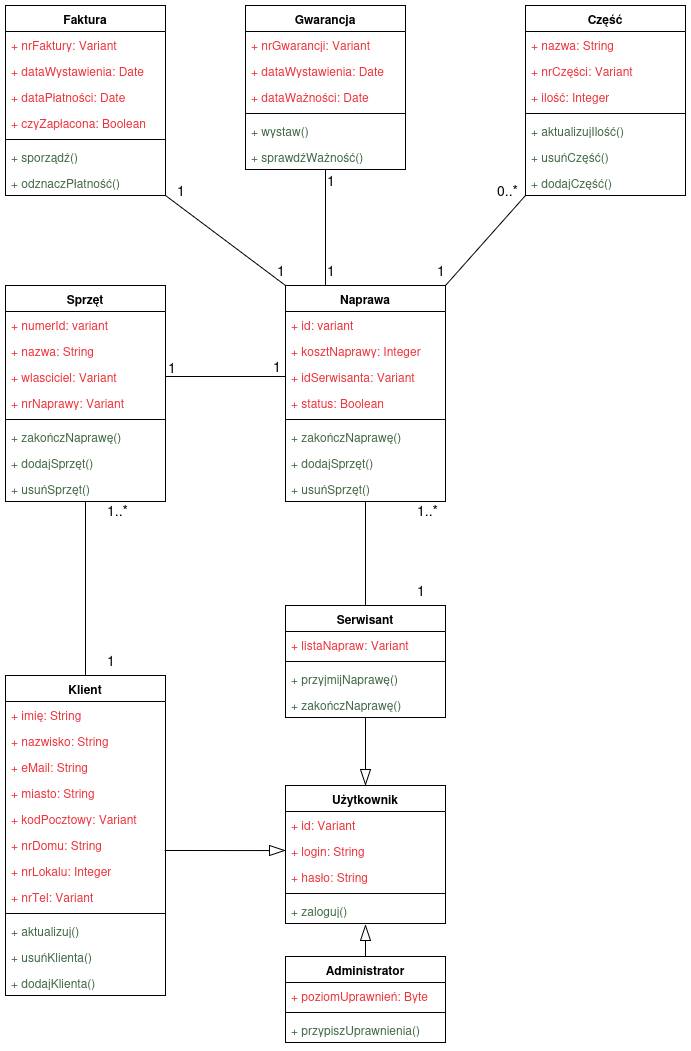
Above: diagramKlasImplementacyjny.png in krystianczajkowski/ProjektowanieSystemowInformatycznych (draw.io), before the change. Source tidied: cells renumbered, new cells last; positions are measured from the earlier drawing's top-left corner, leaving out a move shared by most shapes.
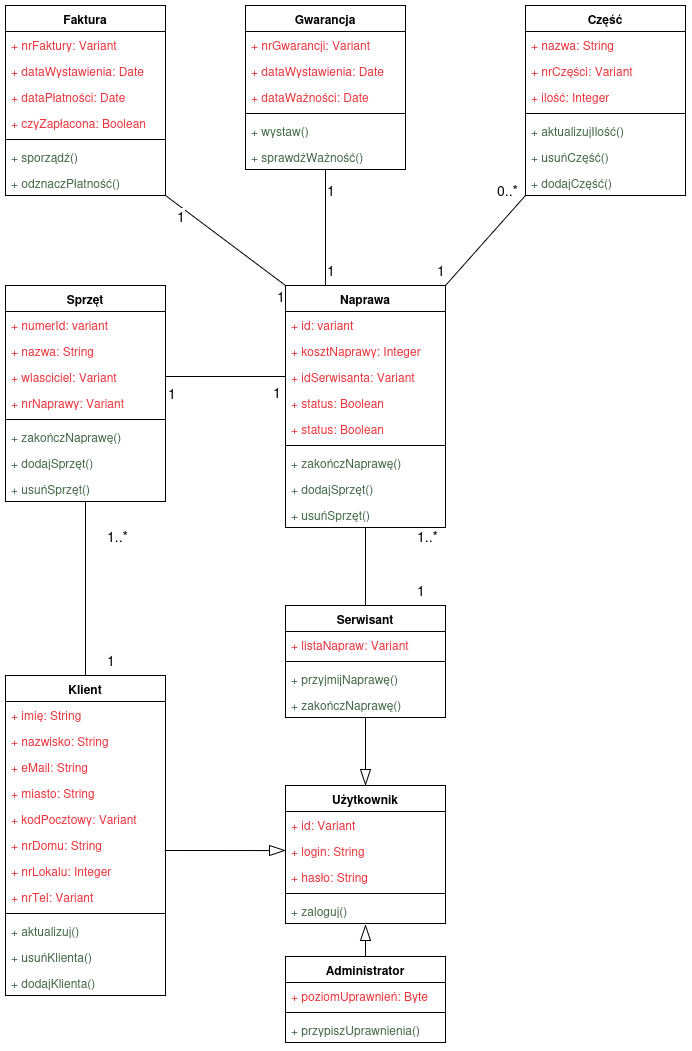
After the change.

Commit message:
aktualizacja diagramu klas implementacyjnego

Diff of the diagram source:
```diff
@@ -201,7 +201,7 @@
       <mxGeometry relative="1" as="geometry" />
     </mxCell>
     <mxCell id="68" value="Naprawa" style="swimlane;fontStyle=1;align=center;verticalAlign=top;horizontal=1;startSize=26;whiteSpace=wrap;html=1;" parent="1" vertex="1">
-      <mxGeometry x="280" y="280" width="160" height="216" as="geometry" />
+      <mxGeometry x="280" y="280" width="160" height="242" as="geometry" />
     </mxCell>
     <mxCell id="69" value="+ id: variant" style="text;strokeColor=none;fillColor=none;align=left;verticalAlign=top;spacingLeft=4;spacingRight=4;overflow=hidden;whiteSpace=wrap;html=1;fontColor=light-dark(#ed333b, #ededed);" parent="68" vertex="1">
       <mxGeometry y="26" width="160" height="26" as="geometry" />
@@ -220,17 +220,20 @@
     <mxCell id="73" value="+ status: Boolean" style="text;strokeColor=none;fillColor=none;align=left;verticalAlign=top;spacingLeft=4;spacingRight=4;overflow=hidden;whiteSpace=wrap;html=1;fontColor=light-dark(#ed333b, #ededed);" parent="68" vertex="1">
       <mxGeometry y="104" width="160" height="26" as="geometry" />
     </mxCell>
+    <mxCell id="93" value="+ status: Boolean" style="text;strokeColor=none;fillColor=none;align=left;verticalAlign=top;spacingLeft=4;spacingRight=4;overflow=hidden;whiteSpace=wrap;html=1;fontColor=light-dark(#ed333b, #ededed);" parent="68" vertex="1">
+      <mxGeometry y="130" width="160" height="26" as="geometry" />
+    </mxCell>
     <mxCell id="74" style="line;strokeWidth=1;fillColor=none;align=left;verticalAlign=middle;spacingTop=-1;spacingLeft=3;spacingRight=3;labelPosition=right;strokeColor=inherit;" parent="68" vertex="1">
-      <mxGeometry y="130" width="160" height="8" as="geometry" />
+      <mxGeometry y="156" width="160" height="8" as="geometry" />
     </mxCell>
     <mxCell id="75" value="+ zakończNaprawę()" style="text;strokeColor=none;fillColor=none;align=left;verticalAlign=top;spacingLeft=4;spacingRight=4;overflow=hidden;whiteSpace=wrap;html=1;fontColor=light-dark(#406844, #ededed);" parent="68" vertex="1">
-      <mxGeometry y="138" width="160" height="26" as="geometry" />
+      <mxGeometry y="164" width="160" height="26" as="geometry" />
     </mxCell>
     <mxCell id="76" value="+ dodajSprzęt()" style="text;strokeColor=none;fillColor=none;align=left;verticalAlign=top;spacingLeft=4;spacingRight=4;overflow=hidden;whiteSpace=wrap;html=1;fontColor=light-dark(#406844, #ededed);" parent="68" vertex="1">
-      <mxGeometry y="164" width="160" height="26" as="geometry" />
+      <mxGeometry y="190" width="160" height="26" as="geometry" />
     </mxCell>
     <mxCell id="77" value="+ usuńSprzęt()" style="text;strokeColor=none;fillColor=none;align=left;verticalAlign=top;spacingLeft=4;spacingRight=4;overflow=hidden;whiteSpace=wrap;html=1;fontColor=light-dark(#406844, #ededed);" parent="68" vertex="1">
-      <mxGeometry y="190" width="160" height="26" as="geometry" />
+      <mxGeometry y="216" width="160" height="26" as="geometry" />
     </mxCell>
     <mxCell id="78" style="edgeStyle=none;rounded=0;jettySize=auto;html=1;endArrow=none;startFill=0;exitX=1;exitY=0.5;exitDx=0;exitDy=0;entryX=0;entryY=0.5;entryDx=0;entryDy=0;" parent="1" edge="1" source="16" target="72">
       <mxGeometry relative="1" as="geometry" />
@@ -245,17 +248,17 @@
     </mxCell>
     <mxCell id="81" value="1" style="edgeLabel;html=1;align=left;verticalAlign=top;fontSize=14;" parent="79" vertex="1">
       <mxGeometry x="-1" relative="1" as="geometry">
-        <mxPoint x="50" y="74" as="offset" />
+        <mxPoint x="50" y="48" as="offset" />
       </mxGeometry>
     </mxCell>
     <mxCell id="82" value="0..*" style="edgeLabel;html=1;align=left;verticalAlign=top;fontSize=14;" parent="79" vertex="1">
       <mxGeometry x="-1" relative="1" as="geometry">
-        <mxPoint x="130" y="-326" as="offset" />
+        <mxPoint x="130" y="-352" as="offset" />
       </mxGeometry>
     </mxCell>
     <mxCell id="83" value="1" style="edgeLabel;html=1;align=left;verticalAlign=top;fontSize=14;" parent="79" vertex="1">
       <mxGeometry x="-1" relative="1" as="geometry">
-        <mxPoint x="70" y="-246" as="offset" />
+        <mxPoint x="70" y="-272" as="offset" />
       </mxGeometry>
     </mxCell>
     <mxCell id="84" value="1..*" style="edgeLabel;html=1;align=left;verticalAlign=top;fontSize=14;" parent="79" vertex="1">
@@ -265,17 +268,17 @@
     </mxCell>
     <mxCell id="85" value="1" style="edgeLabel;html=1;align=left;verticalAlign=top;fontSize=14;" parent="79" vertex="1">
       <mxGeometry x="-1" relative="1" as="geometry">
-        <mxPoint x="-260" y="144" as="offset" />
+        <mxPoint x="-260" y="118" as="offset" />
       </mxGeometry>
     </mxCell>
     <mxCell id="86" value="1" style="edgeLabel;html=1;align=left;verticalAlign=top;fontSize=14;" parent="79" vertex="1">
       <mxGeometry x="-1" relative="1" as="geometry">
-        <mxPoint x="-40" y="-336" as="offset" />
+        <mxPoint x="-40" y="-352" as="offset" />
       </mxGeometry>
     </mxCell>
     <mxCell id="87" value="1" style="edgeLabel;html=1;align=left;verticalAlign=top;fontSize=14;" parent="79" vertex="1">
       <mxGeometry x="-1" relative="1" as="geometry">
-        <mxPoint x="-40" y="-246" as="offset" />
+        <mxPoint x="-40" y="-272" as="offset" />
       </mxGeometry>
     </mxCell>
     <mxCell id="88" value="1" style="edgeLabel;html=1;align=left;verticalAlign=top;fontSize=14;" parent="79" vertex="1">
```
